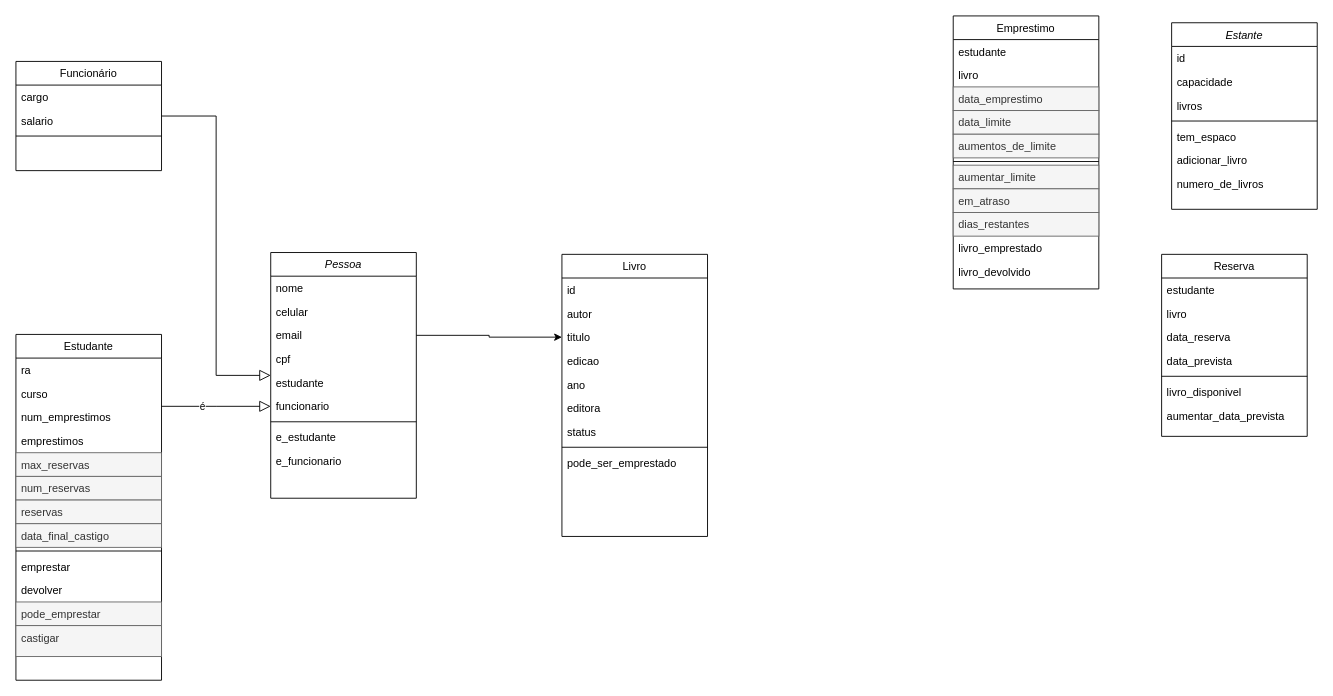
Earlier version of the draw.io diagram lab02/Diagrama.drawio (Vitor-Boldrin/MC322). Source tidied: cells renumbered, new cells numbered last; positions are measured from the earlier drawing's top-left corner, leaving out a move shared by most shapes. Both pictures are drawn from the tidied source at 91%, with x=0, y=0 at pixel (15, 15).
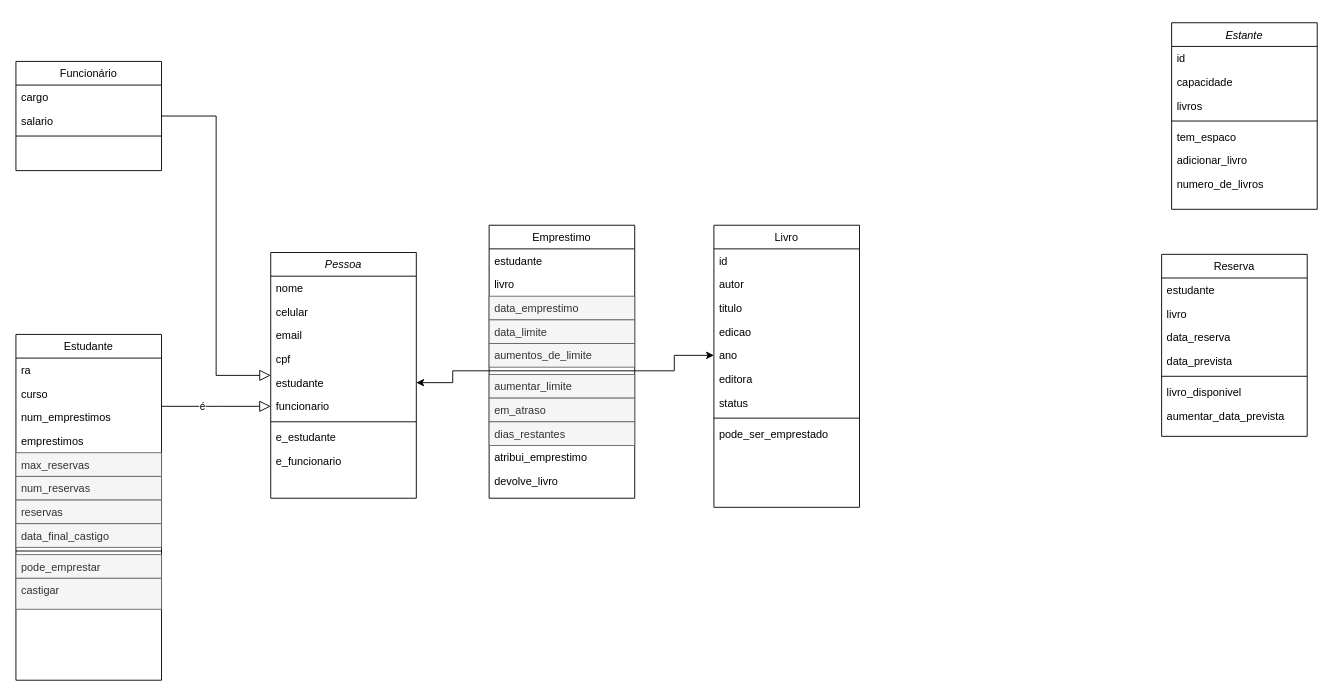
The same diagram, later.

The change refers to these unchanged cells:
```xml
<mxCell id="5" value="email" style="text;align=left;verticalAlign=top;spacingLeft=4;spacingRight=4;overflow=hidden;points=[[0,0.5],[1,0.5]];portConstraint=eastwest;rounded=0;shadow=0;html=0;" parent="2" vertex="1">
  <mxGeometry y="78" width="160" height="26" as="geometry" />
</mxCell>
<mxCell id="7" value="estudante" style="text;align=left;verticalAlign=top;spacingLeft=4;spacingRight=4;overflow=hidden;points=[[0,0.5],[1,0.5]];portConstraint=eastwest;rounded=0;shadow=0;html=0;" parent="2" vertex="1">
  <mxGeometry y="130" width="160" height="26" as="geometry" />
</mxCell>
<mxCell id="12" value="Estudante" style="swimlane;fontStyle=0;align=center;verticalAlign=top;horizontal=1;startSize=26;rounded=0;shadow=0;strokeWidth=1;" parent="1" vertex="1">
  <mxGeometry y="350" width="160" height="380" as="geometry" />
</mxCell>
<mxCell id="36" value="titulo" style="text;align=left;verticalAlign=top;spacingLeft=4;spacingRight=4;overflow=hidden;points=[[0,0.5],[1,0.5]];portConstraint=eastwest;rounded=0;shadow=0;html=0;" parent="33" vertex="1">
  <mxGeometry y="78" width="160" height="26" as="geometry" />
</mxCell>
<mxCell id="38" value="ano" style="text;align=left;verticalAlign=top;spacingLeft=4;spacingRight=4;overflow=hidden;points=[[0,0.5],[1,0.5]];portConstraint=eastwest;rounded=0;shadow=0;html=0;" parent="33" vertex="1">
  <mxGeometry y="130" width="160" height="26" as="geometry" />
</mxCell>
<mxCell id="49" style="line;html=1;strokeWidth=1;align=left;verticalAlign=middle;spacingTop=-1;spacingLeft=3;spacingRight=3;labelPosition=right;points=[];portConstraint=eastwest;" parent="43" vertex="1">
  <mxGeometry y="156" width="160" height="8" as="geometry" />
</mxCell>
```

Diff of the diagram source:
```diff
@@
-    <mxCell id="22" value="emprestar" style="text;align=left;verticalAlign=top;spacingLeft=4;spacingRight=4;overflow=hidden;" parent="12" vertex="1">
-      <mxGeometry y="242" width="160" height="26" as="geometry" />
-    </mxCell>
-    <mxCell id="23" value="devolver" style="text;align=left;verticalAlign=top;spacingLeft=4;spacingRight=4;overflow=hidden;" parent="12" vertex="1">
-      <mxGeometry y="268" width="160" height="26" as="geometry" />
-    </mxCell>
     <mxCell id="24" value="pode_emprestar" style="text;align=left;verticalAlign=top;spacingLeft=4;spacingRight=4;overflow=hidden;fillColor=#f5f5f5;fontColor=#333333;strokeColor=#666666;" parent="12" vertex="1">
-      <mxGeometry y="294" width="160" height="26" as="geometry" />
+      <mxGeometry y="242" width="160" height="26" as="geometry" />
     </mxCell>
     <mxCell id="25" value="castigar" style="text;align=left;verticalAlign=top;spacingLeft=4;spacingRight=4;overflow=hidden;fillColor=#f5f5f5;fontColor=#333333;strokeColor=#666666;" parent="12" vertex="1">
-      <mxGeometry y="320" width="160" height="34" as="geometry" />
+      <mxGeometry y="268" width="160" height="34" as="geometry" />
     </mxCell>
@@
     <mxCell id="33" value="Livro" style="swimlane;fontStyle=0;align=center;verticalAlign=top;horizontal=1;startSize=26;rounded=0;shadow=0;strokeWidth=1;" parent="1" vertex="1">
-      <mxGeometry x="600" y="262" width="160" height="310" as="geometry" />
+      <mxGeometry x="767" y="230" width="160" height="310" as="geometry" />
     </mxCell>
@@
     <mxCell id="43" value="Emprestimo" style="swimlane;fontStyle=0;align=center;verticalAlign=top;horizontal=1;startSize=26;rounded=0;shadow=0;strokeWidth=1;" parent="1" vertex="1">
-      <mxGeometry x="1030" width="160" height="300" as="geometry" />
+      <mxGeometry x="520" y="230" width="160" height="300" as="geometry" />
     </mxCell>
@@
-    <mxCell id="53" value="livro_emprestado" style="text;align=left;verticalAlign=top;spacingLeft=4;spacingRight=4;overflow=hidden;" parent="43" vertex="1">
+    <mxCell id="53" value="atribui_emprestimo" style="text;align=left;verticalAlign=top;spacingLeft=4;spacingRight=4;overflow=hidden;" parent="43" vertex="1">
       <mxGeometry y="242" width="160" height="26" as="geometry" />
     </mxCell>
-    <mxCell id="54" value="livro_devolvido" style="text;align=left;verticalAlign=top;spacingLeft=4;spacingRight=4;overflow=hidden;" parent="43" vertex="1">
+    <mxCell id="54" value="devolve_livro" style="text;align=left;verticalAlign=top;spacingLeft=4;spacingRight=4;overflow=hidden;" parent="43" vertex="1">
       <mxGeometry y="268" width="160" height="26" as="geometry" />
     </mxCell>
@@
-    <mxCell id="71" style="edgeStyle=orthogonalEdgeStyle;rounded=0;jettySize=auto;html=1;exitX=1;exitY=0.5;exitDx=0;exitDy=0;entryX=0;entryY=0.5;entryDx=0;entryDy=0;" parent="1" edge="1" source="5" target="36">
-      <mxGeometry relative="1" as="geometry" />
-    </mxCell>
+    <mxCell id="72" style="edgeStyle=orthogonalEdgeStyle;rounded=0;jettySize=auto;html=1;" parent="1" edge="1" source="49" target="38">
+      <mxGeometry relative="1" as="geometry" />
+    </mxCell>
+    <mxCell id="73" style="edgeStyle=orthogonalEdgeStyle;rounded=0;jettySize=auto;html=1;entryX=1;entryY=0.5;entryDx=0;entryDy=0;" parent="1" edge="1" source="49" target="7">
+      <mxGeometry relative="1" as="geometry" />
+    </mxCell>
```
